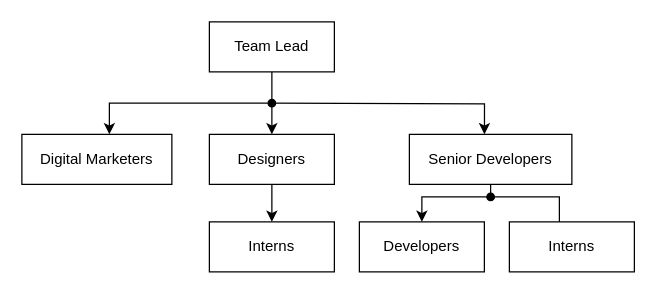
Earlier version of the draw.io diagram intern-org.drawio (dinesh-58/draw.io-diagrams-storage). Source tidied: cells renumbered, new cells numbered last; positions are measured from the earlier drawing's top-left corner, leaving out a move shared by most shapes. Both pictures are drawn from the tidied source at 125%, with x=0, y=0 at pixel (21, 21).
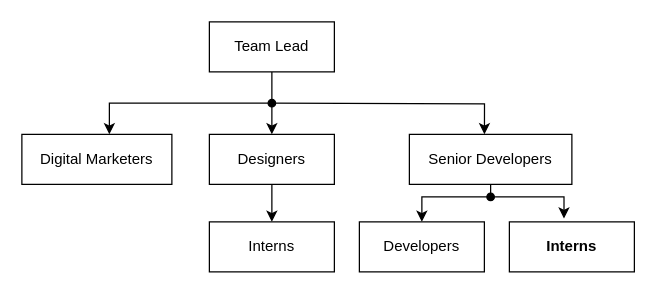
Above is the later version.

The edit, as a diff of the source:
```diff
@@
-    <mxCell id="12" value="Interns" style="rounded=0;whiteSpace=wrap;html=1;" parent="1" vertex="1">
+    <mxCell id="12" value="&lt;b&gt;Interns&lt;/b&gt;" style="rounded=0;whiteSpace=wrap;html=1;" parent="1" vertex="1">
       <mxGeometry x="390" y="160" width="100" height="40" as="geometry" />
     </mxCell>
@@
-    <mxCell id="14" style="endArrow=none;html=1;rounded=0;edgeStyle=elbowEdgeStyle;elbow=vertical;entryX=0.4;entryY=0;entryDx=0;entryDy=0;entryPerimeter=0;startArrow=oval;startFill=1;" parent="1" edge="1" target="12">
+    <mxCell id="14" style="endArrow=classic;html=1;rounded=0;edgeStyle=elbowEdgeStyle;elbow=vertical;startArrow=oval;startFill=1;endFill=1;entryX=0.437;entryY=-0.065;entryDx=0;entryDy=0;entryPerimeter=0;" parent="1" edge="1" target="12">
       <mxGeometry relative="1" as="geometry">
         <mxPoint x="375" y="140" as="sourcePoint" />
         <Array as="points">
           <mxPoint x="400" y="140" />
         </Array>
       </mxGeometry>
     </mxCell>
```
